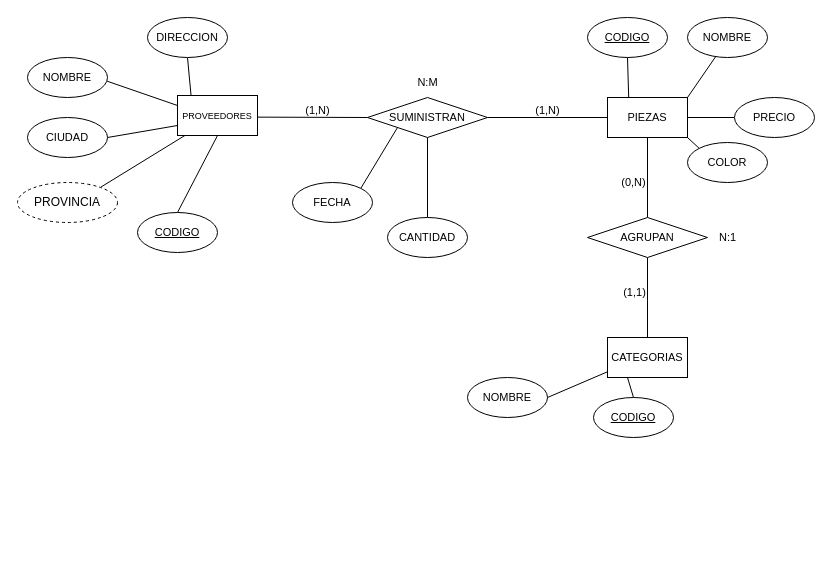
The draw.io diagram page "proveedores-y-piezas" (1 of 9) of bases-datos/diagrams.drawio in igardiet/dam, before the edit. Source tidied: cells renumbered, new cells numbered last; positions are measured from the earlier drawing's top-left corner, leaving out a move shared by most shapes. Both pictures are drawn from the tidied source at 100%, with x=0, y=0 at pixel (17, 17).
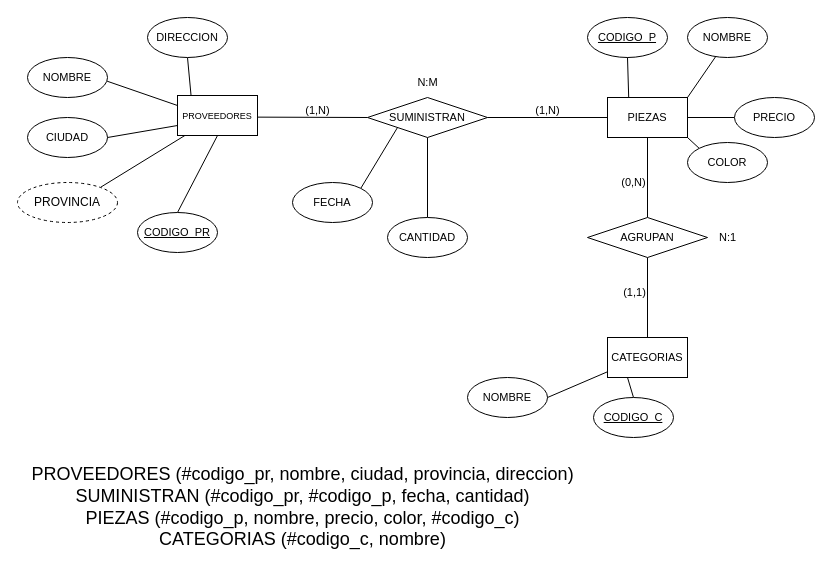
The same diagram, later.

Change to the diagram source:
```diff
@@
-    <mxCell id="13" value="&lt;u&gt;CODIGO&lt;/u&gt;" style="ellipse;whiteSpace=wrap;html=1;fontFamily=Helvetica;fontSize=11;fontColor=default;" parent="1" vertex="1">
+    <mxCell id="13" value="&lt;u&gt;CODIGO_P&lt;/u&gt;" style="ellipse;whiteSpace=wrap;html=1;fontFamily=Helvetica;fontSize=11;fontColor=default;" parent="1" vertex="1">
       <mxGeometry x="570" width="80" height="40" as="geometry" />
     </mxCell>
@@
-    <mxCell id="38" value="&lt;u&gt;CODIGO&lt;/u&gt;" style="ellipse;whiteSpace=wrap;html=1;fontFamily=Helvetica;fontSize=11;fontColor=default;" parent="1" vertex="1">
+    <mxCell id="38" value="&lt;u&gt;CODIGO_PR&lt;/u&gt;" style="ellipse;whiteSpace=wrap;html=1;fontFamily=Helvetica;fontSize=11;fontColor=default;" parent="1" vertex="1">
       <mxGeometry x="120" y="195" width="80" height="40" as="geometry" />
     </mxCell>
@@
-    <mxCell id="42" value="&lt;u&gt;CODIGO&lt;/u&gt;" style="ellipse;whiteSpace=wrap;html=1;fontFamily=Helvetica;fontSize=11;fontColor=default;" parent="1" vertex="1">
+    <mxCell id="42" value="&lt;u&gt;CODIGO_C&lt;/u&gt;" style="ellipse;whiteSpace=wrap;html=1;fontFamily=Helvetica;fontSize=11;fontColor=default;" parent="1" vertex="1">
       <mxGeometry x="576" y="380" width="80" height="40" as="geometry" />
     </mxCell>
+    <mxCell id="43" value="&lt;font style=&quot;font-size: 18px;&quot;&gt;PROVEEDORES (#codigo_pr, nombre, ciudad, provincia, direccion)&lt;br&gt;SUMINISTRAN (#codigo_pr, #codigo_p, fecha, cantidad)&lt;br&gt;PIEZAS (#codigo_p, nombre, precio, color, #codigo_c)&lt;br&gt;CATEGORIAS (#codigo_c, nombre)&lt;br&gt;&lt;/font&gt;" style="text;html=1;align=center;verticalAlign=middle;strokeColor=none;fillColor=none;" parent="1" vertex="1">
+      <mxGeometry y="440" width="570" height="100" as="geometry" />
+    </mxCell>
```
